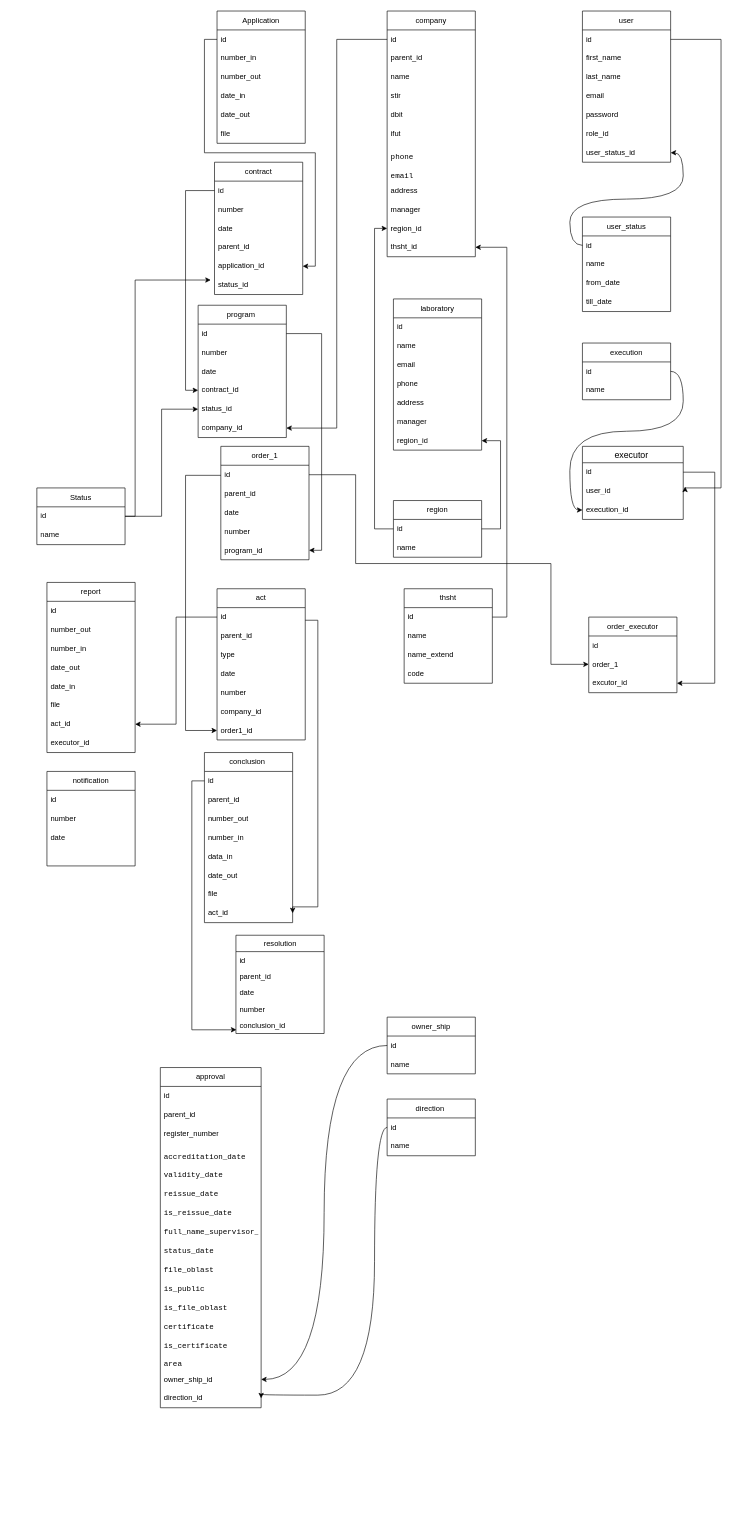
Above: Untitled Diagram.drawio in Javlonbek-dev/Time (draw.io), before the change. Source tidied: cells renumbered, new cells numbered last; positions are measured from the earlier drawing's top-left corner, leaving out a move shared by most shapes. Both pictures are drawn from the tidied source at 63%, with x=0, y=0 at pixel (37, 11).
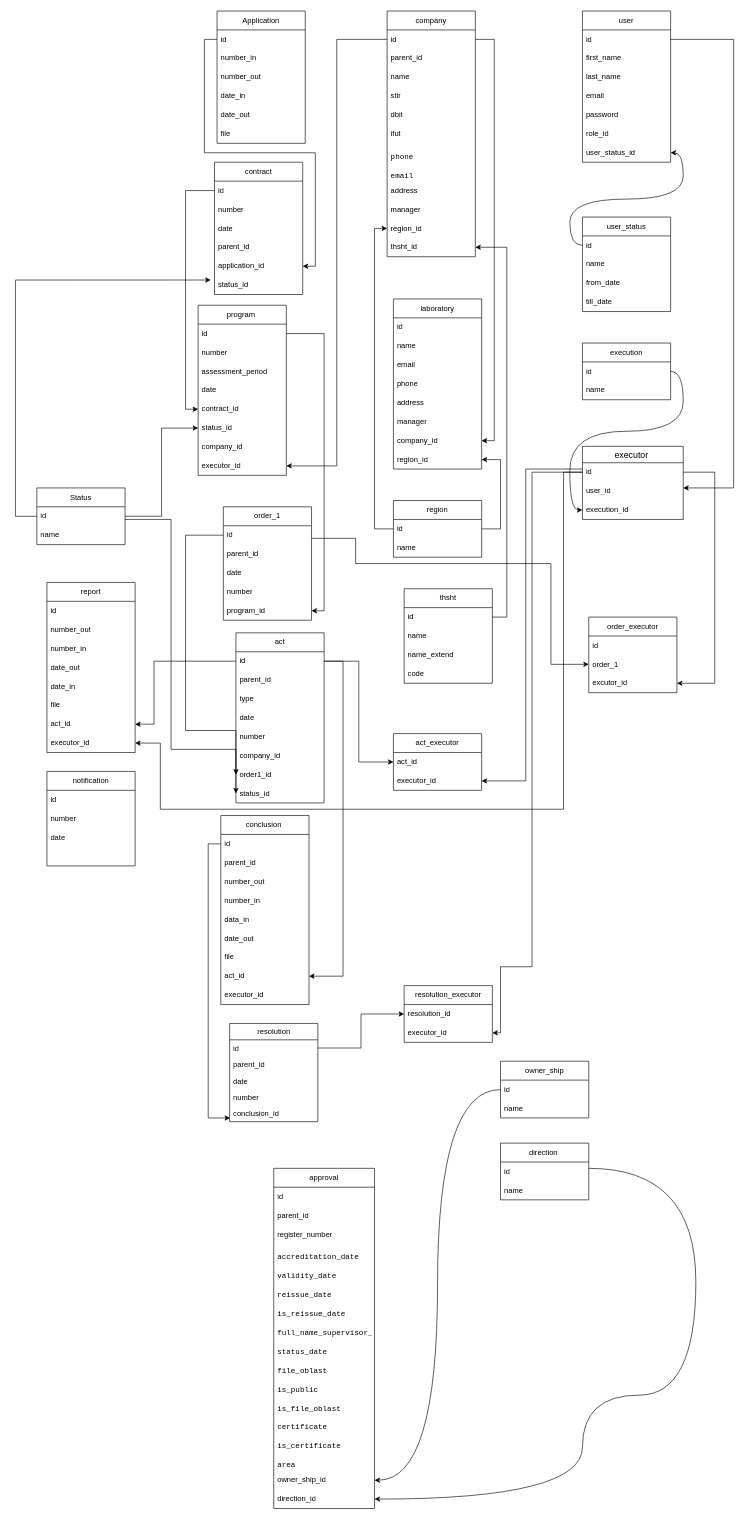
Above is the later version.

The change refers to these unchanged cells:
```xml
<mxCell id="3" value="id" style="text;strokeColor=none;fillColor=none;align=left;verticalAlign=middle;spacingLeft=4;spacingRight=4;overflow=hidden;points=[[0,0.5],[1,0.5]];portConstraint=eastwest;whiteSpace=wrap;html=1;" parent="2" vertex="1">
  <mxGeometry y="30" width="140" height="30" as="geometry" />
</mxCell>
<mxCell id="6" value="id" style="text;strokeColor=none;fillColor=none;align=left;verticalAlign=middle;spacingLeft=4;spacingRight=4;overflow=hidden;points=[[0,0.5],[1,0.5]];portConstraint=eastwest;whiteSpace=wrap;html=1;" parent="5" vertex="1">
  <mxGeometry y="30" width="140" height="30" as="geometry" />
</mxCell>
<mxCell id="31" value="status_id" style="text;strokeColor=none;fillColor=none;align=left;verticalAlign=middle;spacingLeft=4;spacingRight=4;overflow=hidden;points=[[0,0.5],[1,0.5]];portConstraint=eastwest;whiteSpace=wrap;html=1;" parent="25" vertex="1">
  <mxGeometry y="180" width="140" height="30" as="geometry" />
</mxCell>
<mxCell id="33" value="id" style="text;strokeColor=none;fillColor=none;align=left;verticalAlign=middle;spacingLeft=4;spacingRight=4;overflow=hidden;points=[[0,0.5],[1,0.5]];portConstraint=eastwest;whiteSpace=wrap;html=1;" parent="32" vertex="1">
  <mxGeometry y="30" width="140" height="30" as="geometry" />
</mxCell>
<mxCell id="39" value="id" style="text;strokeColor=none;fillColor=none;spacingLeft=4;spacingRight=4;overflow=hidden;points=[[0,0.5],[1,0.5]];portConstraint=eastwest;fontSize=12;whiteSpace=wrap;html=1;" parent="38" vertex="1">
  <mxGeometry y="26" width="160" height="30" as="geometry" />
</mxCell>
<mxCell id="40" value="user_id" style="text;strokeColor=none;fillColor=none;spacingLeft=4;spacingRight=4;overflow=hidden;points=[[0,0.5],[1,0.5]];portConstraint=eastwest;fontSize=12;whiteSpace=wrap;html=1;" parent="38" vertex="1">
  <mxGeometry y="56" width="160" height="30" as="geometry" />
</mxCell>
<mxCell id="50" value="act_id" style="text;strokeColor=none;fillColor=none;align=left;verticalAlign=middle;spacingLeft=4;spacingRight=4;overflow=hidden;points=[[0,0.5],[1,0.5]];portConstraint=eastwest;whiteSpace=wrap;html=1;" parent="42" vertex="1">
  <mxGeometry y="240" width="140" height="30" as="geometry" />
</mxCell>
<mxCell id="53" value="region" style="swimlane;fontStyle=0;horizontal=1;startSize=30;whiteSpace=wrap;html=1;" parent="1" vertex="1">
  <mxGeometry x="566" y="777" width="140" height="90" as="geometry" />
</mxCell>
<mxCell id="60" value="id" style="text;strokeColor=none;fillColor=none;align=left;verticalAlign=middle;spacingLeft=4;spacingRight=4;overflow=hidden;points=[[0,0.5],[1,0.5]];portConstraint=eastwest;whiteSpace=wrap;html=1;" parent="59" vertex="1">
  <mxGeometry y="30" width="140" height="30" as="geometry" />
</mxCell>
<mxCell id="92" value="direction_id" style="text;strokeColor=none;fillColor=none;align=left;verticalAlign=middle;spacingLeft=4;spacingRight=4;overflow=hidden;points=[[0,0.5],[1,0.5]];portConstraint=eastwest;whiteSpace=wrap;html=1;" parent="75" vertex="1">
  <mxGeometry y="510" width="160" height="30" as="geometry" />
</mxCell>
<mxCell id="101" value="id" style="text;align=left;verticalAlign=middle;spacingLeft=4;spacingRight=4;overflow=hidden;points=[[0,0.5],[1,0.5]];portConstraint=eastwest;whiteSpace=wrap;html=1;" parent="100" vertex="1">
  <mxGeometry y="30" width="140" height="30" as="geometry" />
</mxCell>
<mxCell id="107" value="order1_id" style="text;align=left;verticalAlign=middle;spacingLeft=4;spacingRight=4;overflow=hidden;points=[[0,0.5],[1,0.5]];portConstraint=eastwest;whiteSpace=wrap;html=1;" parent="100" vertex="1">
  <mxGeometry y="210" width="140" height="30" as="geometry" />
</mxCell>
<mxCell id="109" value="id" style="text;strokeColor=none;fillColor=none;align=left;verticalAlign=middle;spacingLeft=4;spacingRight=4;overflow=hidden;points=[[0,0.5],[1,0.5]];portConstraint=eastwest;whiteSpace=wrap;html=1;" parent="108" vertex="1">
  <mxGeometry y="30" width="140" height="30" as="geometry" />
</mxCell>
<mxCell id="122" value="id" style="text;strokeColor=none;fillColor=none;align=left;verticalAlign=top;spacingLeft=4;spacingRight=4;overflow=hidden;points=[[0,0.5],[1,0.5]];portConstraint=eastwest;whiteSpace=wrap;html=1;" parent="121" vertex="1">
  <mxGeometry y="26" width="140" height="26" as="geometry" />
</mxCell>
<mxCell id="143" value="act_id" style="text;strokeColor=none;fillColor=none;align=left;verticalAlign=middle;spacingLeft=4;spacingRight=4;overflow=hidden;points=[[0,0.5],[1,0.5]];portConstraint=eastwest;whiteSpace=wrap;html=1;" parent="136" vertex="1">
  <mxGeometry y="210" width="140" height="30" as="geometry" />
</mxCell>
<mxCell id="144" value="executor_id" style="text;strokeColor=none;fillColor=none;align=left;verticalAlign=middle;spacingLeft=4;spacingRight=4;overflow=hidden;points=[[0,0.5],[1,0.5]];portConstraint=eastwest;whiteSpace=wrap;html=1;" parent="136" vertex="1">
  <mxGeometry y="240" width="140" height="30" as="geometry" />
</mxCell>
<mxCell id="162" value="order_1" style="text;strokeColor=none;fillColor=none;align=left;verticalAlign=middle;spacingLeft=4;spacingRight=4;overflow=hidden;points=[[0,0.5],[1,0.5]];portConstraint=eastwest;whiteSpace=wrap;html=1;" parent="160" vertex="1">
  <mxGeometry y="60" width="140" height="30" as="geometry" />
</mxCell>
```

What changed in the source:
```diff
@@
     <mxCell id="32" value="order_1" style="swimlane;fontStyle=0;horizontal=1;startSize=30;whiteSpace=wrap;html=1;" parent="1" vertex="1">
-      <mxGeometry x="292" y="691" width="140" height="180" as="geometry" />
+      <mxGeometry x="296" y="787" width="140" height="180" as="geometry" />
     </mxCell>
@@
     <mxCell id="42" value="conclusion&amp;nbsp;" style="swimlane;fontStyle=0;horizontal=1;startSize=30;whiteSpace=wrap;html=1;" parent="1" vertex="1">
-      <mxGeometry x="266" y="1177" width="140" height="270" as="geometry" />
+      <mxGeometry x="292" y="1277" width="140" height="300" as="geometry" />
     </mxCell>
@@
+    <mxCell id="166" value="executor_id" style="text;strokeColor=none;fillColor=none;align=left;verticalAlign=middle;spacingLeft=4;spacingRight=4;overflow=hidden;whiteSpace=wrap;html=1;" parent="42" vertex="1">
+      <mxGeometry y="270" width="140" height="30" as="geometry" />
+    </mxCell>
-    <mxCell id="51" style="edgeStyle=orthogonalEdgeStyle;rounded=0;jettySize=auto;html=1;" parent="1" edge="1" source="53" target="74">
+    <mxCell id="51" style="edgeStyle=orthogonalEdgeStyle;rounded=0;jettySize=auto;html=1;entryX=1;entryY=0.5;entryDx=0;entryDy=0;" parent="1" edge="1" source="53" target="74">
       <mxGeometry relative="1" as="geometry">
         <Array as="points">
           <mxPoint x="736" y="822" />
-          <mxPoint x="736" y="682" />
+          <mxPoint x="736" y="712" />
         </Array>
       </mxGeometry>
     </mxCell>
@@
     <mxCell id="56" value="owner_ship" style="swimlane;fontStyle=0;horizontal=1;startSize=30;whiteSpace=wrap;html=1;" parent="1" vertex="1">
-      <mxGeometry x="556" y="1597" width="140" height="90" as="geometry" />
+      <mxGeometry x="736" y="1667" width="140" height="90" as="geometry" />
     </mxCell>
@@
     <mxCell id="59" value="direction&amp;nbsp;" style="swimlane;fontStyle=0;horizontal=1;startSize=30;whiteSpace=wrap;html=1;" parent="1" vertex="1">
-      <mxGeometry x="556" y="1727" width="140" height="90" as="geometry" />
+      <mxGeometry x="736" y="1797" width="140" height="90" as="geometry" />
     </mxCell>
@@
     <mxCell id="67" value="laboratory" style="swimlane;fontStyle=0;horizontal=1;startSize=30;whiteSpace=wrap;html=1;" parent="1" vertex="1">
-      <mxGeometry x="566" y="457" width="140" height="240" as="geometry" />
+      <mxGeometry x="566" y="457" width="140" height="270" as="geometry" />
     </mxCell>
@@
+    <mxCell id="167" value="company_id" style="text;strokeColor=none;fillColor=none;align=left;verticalAlign=middle;spacingLeft=4;spacingRight=4;overflow=hidden;points=[[0,0.5],[1,0.5]];portConstraint=eastwest;whiteSpace=wrap;html=1;" parent="67" vertex="1">
+      <mxGeometry y="210" width="140" height="30" as="geometry" />
+    </mxCell>
     <mxCell id="74" value="region_id" style="text;strokeColor=none;fillColor=none;align=left;verticalAlign=middle;spacingLeft=4;spacingRight=4;overflow=hidden;points=[[0,0.5],[1,0.5]];portConstraint=eastwest;whiteSpace=wrap;html=1;" parent="67" vertex="1">
-      <mxGeometry y="210" width="140" height="30" as="geometry" />
+      <mxGeometry y="240" width="140" height="30" as="geometry" />
     </mxCell>
     <mxCell id="75" value="approval" style="swimlane;fontStyle=0;horizontal=1;startSize=30;whiteSpace=wrap;html=1;" parent="1" vertex="1">
-      <mxGeometry x="196" y="1677" width="160" height="540" as="geometry" />
+      <mxGeometry x="376" y="1837" width="160" height="540" as="geometry" />
     </mxCell>
@@
     <mxCell id="93" value="program&amp;nbsp;" style="swimlane;fontStyle=0;horizontal=1;startSize=30;whiteSpace=wrap;html=1;" parent="1" vertex="1">
-      <mxGeometry x="256" y="467" width="140" height="210" as="geometry" />
+      <mxGeometry x="256" y="467" width="140" height="270" as="geometry" />
     </mxCell>
@@
+    <mxCell id="168" value="assessment_period" style="text;align=left;verticalAlign=middle;spacingLeft=4;spacingRight=4;overflow=hidden;whiteSpace=wrap;html=1;" parent="93" vertex="1">
+      <mxGeometry y="90" width="140" height="30" as="geometry" />
+    </mxCell>
     <mxCell id="96" value="date" style="text;align=left;verticalAlign=middle;spacingLeft=4;spacingRight=4;overflow=hidden;whiteSpace=wrap;html=1;" parent="93" vertex="1">
-      <mxGeometry y="90" width="140" height="30" as="geometry" />
+      <mxGeometry y="120" width="140" height="30" as="geometry" />
     </mxCell>
     <mxCell id="97" value="contract_id" style="text;align=left;verticalAlign=middle;spacingLeft=4;spacingRight=4;overflow=hidden;points=[[0,0.5],[1,0.5]];portConstraint=eastwest;whiteSpace=wrap;html=1;" parent="93" vertex="1">
-      <mxGeometry y="120" width="140" height="30" as="geometry" />
+      <mxGeometry y="150" width="140" height="30" as="geometry" />
     </mxCell>
     <mxCell id="98" value="status_id" style="text;align=left;verticalAlign=middle;spacingLeft=4;spacingRight=4;overflow=hidden;points=[[0,0.5],[1,0.5]];portConstraint=eastwest;whiteSpace=wrap;html=1;" parent="93" vertex="1">
-      <mxGeometry y="150" width="140" height="30" as="geometry" />
+      <mxGeometry y="180" width="140" height="30" as="geometry" />
     </mxCell>
+    <mxCell id="169" value="company_id" style="text;align=left;verticalAlign=middle;spacingLeft=4;spacingRight=4;overflow=hidden;whiteSpace=wrap;html=1;" parent="93" vertex="1">
+      <mxGeometry y="210" width="140" height="30" as="geometry" />
+    </mxCell>
-    <mxCell id="99" value="company_id" style="text;align=left;verticalAlign=middle;spacingLeft=4;spacingRight=4;overflow=hidden;points=[[0,0.5],[1,0.5]];portConstraint=eastwest;whiteSpace=wrap;html=1;" parent="93" vertex="1">
-      <mxGeometry y="180" width="140" height="30" as="geometry" />
+    <mxCell id="99" value="executor_id" style="text;align=left;verticalAlign=middle;spacingLeft=4;spacingRight=4;overflow=hidden;points=[[0,0.5],[1,0.5]];portConstraint=eastwest;whiteSpace=wrap;html=1;" parent="93" vertex="1">
+      <mxGeometry y="240" width="140" height="30" as="geometry" />
     </mxCell>
     <mxCell id="100" value="act" style="swimlane;fontStyle=0;horizontal=1;startSize=30;whiteSpace=wrap;html=1;" parent="1" vertex="1">
-      <mxGeometry x="286" y="917" width="140" height="240" as="geometry" />
+      <mxGeometry x="316" y="987" width="140" height="270" as="geometry" />
     </mxCell>
@@
+    <mxCell id="170" value="status_id" style="text;align=left;verticalAlign=middle;spacingLeft=4;spacingRight=4;overflow=hidden;points=[[0,0.5],[1,0.5]];portConstraint=eastwest;whiteSpace=wrap;html=1;" parent="100" vertex="1">
+      <mxGeometry y="240" width="140" height="30" as="geometry" />
+    </mxCell>
@@
     <mxCell id="121" value="resolution" style="swimlane;fontStyle=0;horizontal=1;startSize=26;fillColor=none;html=1;" parent="1" vertex="1">
-      <mxGeometry x="316" y="1467" width="140" height="156" as="geometry" />
+      <mxGeometry x="306" y="1607" width="140" height="156" as="geometry" />
     </mxCell>
@@
     <mxCell id="132" style="edgeStyle=orthogonalEdgeStyle;curved=1;rounded=0;jettySize=auto;html=1;entryX=1;entryY=0.5;entryDx=0;entryDy=0;" parent="1" edge="1" source="60" target="92">
       <mxGeometry relative="1" as="geometry">
         <Array as="points">
-          <mxPoint x="536" y="1772" />
-          <mxPoint x="536" y="2197" />
-          <mxPoint x="356" y="2197" />
+          <mxPoint x="1046" y="1837" />
+          <mxPoint x="1046" y="2197" />
+          <mxPoint x="866" y="2197" />
+          <mxPoint x="866" y="2362" />
         </Array>
       </mxGeometry>
     </mxCell>
@@
     <mxCell id="134" style="edgeStyle=orthogonalEdgeStyle;rounded=0;jettySize=auto;html=1;entryX=1;entryY=0.5;entryDx=0;entryDy=0;" parent="1" edge="1" source="101" target="50">
       <mxGeometry relative="1" as="geometry">
         <Array as="points">
-          <mxPoint x="446" y="967" />
-          <mxPoint x="446" y="1422" />
+          <mxPoint x="486" y="1032" />
+          <mxPoint x="486" y="1532" />
         </Array>
       </mxGeometry>
     </mxCell>
     <mxCell id="135" style="edgeStyle=orthogonalEdgeStyle;rounded=0;jettySize=auto;html=1;entryX=0;entryY=0.5;entryDx=0;entryDy=0;" parent="1" edge="1" source="33" target="107">
       <mxGeometry relative="1" as="geometry">
         <Array as="points">
-          <mxPoint x="236" y="737" />
+          <mxPoint x="236" y="832" />
           <mxPoint x="236" y="1142" />
+          <mxPoint x="316" y="1142" />
         </Array>
       </mxGeometry>
     </mxCell>
@@
     <mxCell id="148" style="edgeStyle=orthogonalEdgeStyle;rounded=0;jettySize=auto;html=1;" parent="1" edge="1" source="101" target="143">
-      <mxGeometry relative="1" as="geometry" />
+      <mxGeometry relative="1" as="geometry">
+        <Array as="points">
+          <mxPoint x="186" y="1032" />
+          <mxPoint x="186" y="1132" />
+        </Array>
+      </mxGeometry>
     </mxCell>
@@
     <mxCell id="156" style="edgeStyle=orthogonalEdgeStyle;rounded=0;jettySize=auto;html=1;entryX=-0.043;entryY=0.233;entryDx=0;entryDy=0;entryPerimeter=0;" parent="1" edge="1" source="3" target="31">
       <mxGeometry relative="1" as="geometry">
         <Array as="points">
-          <mxPoint x="156" y="802" />
-          <mxPoint x="156" y="427" />
+          <mxPoint x="-34" y="802" />
+          <mxPoint x="-34" y="427" />
         </Array>
       </mxGeometry>
     </mxCell>
@@
     <mxCell id="159" style="edgeStyle=orthogonalEdgeStyle;rounded=0;jettySize=auto;html=1;entryX=0;entryY=0.5;entryDx=0;entryDy=0;" parent="1" edge="1" source="33" target="162">
       <mxGeometry relative="1" as="geometry">
         <Array as="points">
-          <mxPoint x="506" y="736" />
+          <mxPoint x="506" y="837" />
           <mxPoint x="506" y="877" />
           <mxPoint x="816" y="877" />
           <mxPoint x="816" y="1037" />
         </Array>
       </mxGeometry>
     </mxCell>
@@
-    <mxCell id="165" style="edgeStyle=orthogonalEdgeStyle;rounded=0;jettySize=auto;html=1;exitX=1;exitY=0.5;exitDx=0;exitDy=0;entryX=1.019;entryY=0.267;entryDx=0;entryDy=0;entryPerimeter=0;" parent="1" edge="1" source="6" target="40">
+    <mxCell id="165" style="edgeStyle=orthogonalEdgeStyle;rounded=0;jettySize=auto;html=1;exitX=1;exitY=0.5;exitDx=0;exitDy=0;" parent="1" edge="1" source="6" target="40">
       <mxGeometry relative="1" as="geometry">
         <Array as="points">
-          <mxPoint x="1086" y="45" />
-          <mxPoint x="1086" y="757" />
-          <mxPoint x="1029" y="757" />
+          <mxPoint x="1106" y="45" />
+          <mxPoint x="1106" y="757" />
         </Array>
       </mxGeometry>
     </mxCell>
+    <mxCell id="171" value="resolution_executor" style="swimlane;fontStyle=0;horizontal=1;startSize=30;whiteSpace=wrap;html=1;" parent="1" vertex="1">
+      <mxGeometry x="583" y="1547" width="140" height="90" as="geometry" />
+    </mxCell>
+    <mxCell id="172" value="resolution_id" style="text;strokeColor=none;fillColor=none;align=left;verticalAlign=middle;spacingLeft=4;spacingRight=4;overflow=hidden;points=[[0,0.5],[1,0.5]];portConstraint=eastwest;whiteSpace=wrap;html=1;" parent="171" vertex="1">
+      <mxGeometry y="30" width="140" height="30" as="geometry" />
+    </mxCell>
+    <mxCell id="173" value="executor_id&lt;span style=&quot;white-space: pre;&quot;&gt;&#9;&lt;/span&gt;" style="text;strokeColor=none;fillColor=none;align=left;verticalAlign=middle;spacingLeft=4;spacingRight=4;overflow=hidden;points=[[0,0.5],[1,0.5]];portConstraint=eastwest;whiteSpace=wrap;html=1;" parent="171" vertex="1">
+      <mxGeometry y="60" width="140" height="30" as="geometry" />
+    </mxCell>
+    <mxCell id="174" style="edgeStyle=orthogonalEdgeStyle;rounded=0;jettySize=auto;html=1;" parent="1" edge="1" source="122" target="172">
+      <mxGeometry relative="1" as="geometry" />
+    </mxCell>
+    <mxCell id="175" style="edgeStyle=orthogonalEdgeStyle;rounded=0;jettySize=auto;html=1;entryX=1;entryY=0.5;entryDx=0;entryDy=0;" parent="1" edge="1" source="39" target="173">
+      <mxGeometry relative="1" as="geometry">
+        <Array as="points">
+          <mxPoint x="786" y="732" />
+          <mxPoint x="786" y="1517" />
+          <mxPoint x="736" y="1517" />
+        </Array>
+      </mxGeometry>
+    </mxCell>
+    <mxCell id="176" value="act_executor" style="swimlane;fontStyle=0;horizontal=1;startSize=30;whiteSpace=wrap;html=1;" parent="1" vertex="1">
+      <mxGeometry x="566" y="1147" width="140" height="90" as="geometry" />
+    </mxCell>
+    <mxCell id="177" value="act_id" style="text;strokeColor=none;fillColor=none;align=left;verticalAlign=middle;spacingLeft=4;spacingRight=4;overflow=hidden;points=[[0,0.5],[1,0.5]];portConstraint=eastwest;whiteSpace=wrap;html=1;" parent="176" vertex="1">
+      <mxGeometry y="30" width="140" height="30" as="geometry" />
+    </mxCell>
+    <mxCell id="178" value="executor_id" style="text;strokeColor=none;fillColor=none;align=left;verticalAlign=middle;spacingLeft=4;spacingRight=4;overflow=hidden;points=[[0,0.5],[1,0.5]];portConstraint=eastwest;whiteSpace=wrap;html=1;" parent="176" vertex="1">
+      <mxGeometry y="60" width="140" height="30" as="geometry" />
+    </mxCell>
+    <mxCell id="179" style="edgeStyle=orthogonalEdgeStyle;rounded=0;jettySize=auto;html=1;entryX=0;entryY=0.5;entryDx=0;entryDy=0;" parent="1" edge="1" source="101" target="177">
+      <mxGeometry relative="1" as="geometry" />
+    </mxCell>
+    <mxCell id="180" style="edgeStyle=orthogonalEdgeStyle;rounded=0;jettySize=auto;html=1;entryX=1;entryY=0.5;entryDx=0;entryDy=0;" parent="1" edge="1" source="39" target="178">
+      <mxGeometry relative="1" as="geometry">
+        <Array as="points">
+          <mxPoint x="776" y="727" />
+          <mxPoint x="776" y="1222" />
+        </Array>
+      </mxGeometry>
+    </mxCell>
+    <mxCell id="181" style="edgeStyle=orthogonalEdgeStyle;rounded=0;jettySize=auto;html=1;entryX=0;entryY=0.5;entryDx=0;entryDy=0;" parent="1" edge="1" source="3" target="170">
+      <mxGeometry relative="1" as="geometry">
+        <Array as="points">
+          <mxPoint x="213" y="807" />
+          <mxPoint x="213" y="1172" />
+        </Array>
+      </mxGeometry>
+    </mxCell>
+    <mxCell id="182" style="edgeStyle=orthogonalEdgeStyle;rounded=0;jettySize=auto;html=1;entryX=1;entryY=0.5;entryDx=0;entryDy=0;" parent="1" edge="1" source="109" target="167">
+      <mxGeometry relative="1" as="geometry" />
+    </mxCell>
+    <mxCell id="183" style="edgeStyle=orthogonalEdgeStyle;rounded=0;jettySize=auto;html=1;entryX=1;entryY=0.5;entryDx=0;entryDy=0;" parent="1" edge="1" source="39" target="144">
+      <mxGeometry relative="1" as="geometry">
+        <Array as="points">
+          <mxPoint x="836" y="732" />
+          <mxPoint x="836" y="1267" />
+          <mxPoint x="196" y="1267" />
+          <mxPoint x="196" y="1162" />
+        </Array>
+      </mxGeometry>
+    </mxCell>
```
